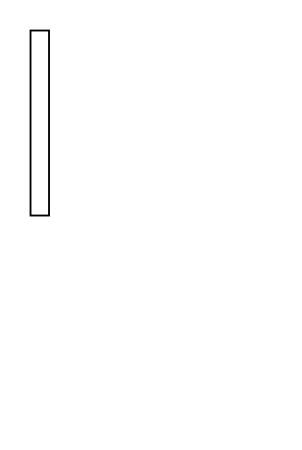
Before: Untitled Diagram.drawio in JannisWolf/master_thesis_diagrams, a draw.io diagram. Source tidied: cells renumbered, new cells numbered last; positions are measured from the earlier drawing's top-left corner, leaving out a move shared by most shapes. Both pictures are drawn from the tidied source at 185%, with x=0, y=0 at pixel (30, 30).
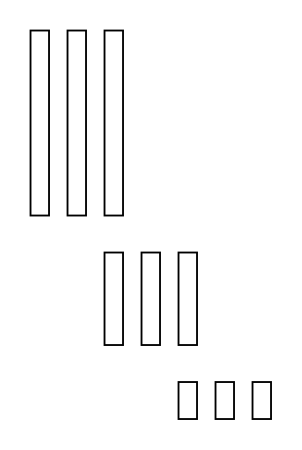
The same page after the edit.

Diff of the diagram source:
```diff
@@
 <mxGraphModel>
   <root>
     <mxCell id="0" />
     <mxCell id="1" parent="0" />
     <mxCell id="2" style="rounded=0;whiteSpace=wrap;html=1;" parent="1" vertex="1">
       <mxGeometry width="10" height="100" as="geometry" />
     </mxCell>
+    <mxCell id="3" style="rounded=0;whiteSpace=wrap;html=1;" parent="1" vertex="1">
+      <mxGeometry x="20" width="10" height="100" as="geometry" />
+    </mxCell>
+    <mxCell id="4" style="rounded=0;whiteSpace=wrap;html=1;" parent="1" vertex="1">
+      <mxGeometry x="40" width="10" height="100" as="geometry" />
+    </mxCell>
+    <mxCell id="5" style="rounded=0;whiteSpace=wrap;html=1;" parent="1" vertex="1">
+      <mxGeometry x="40" y="120" width="10" height="50" as="geometry" />
+    </mxCell>
+    <mxCell id="6" style="rounded=0;whiteSpace=wrap;html=1;" parent="1" vertex="1">
+      <mxGeometry x="60" y="120" width="10" height="50" as="geometry" />
+    </mxCell>
+    <mxCell id="7" style="rounded=0;whiteSpace=wrap;html=1;" parent="1" vertex="1">
+      <mxGeometry x="80" y="120" width="10" height="50" as="geometry" />
+    </mxCell>
+    <mxCell id="8" style="rounded=0;whiteSpace=wrap;html=1;" parent="1" vertex="1">
+      <mxGeometry x="80" y="190" width="10" height="20" as="geometry" />
+    </mxCell>
+    <mxCell id="9" style="rounded=0;whiteSpace=wrap;html=1;" parent="1" vertex="1">
+      <mxGeometry x="100" y="190" width="10" height="20" as="geometry" />
+    </mxCell>
+    <mxCell id="10" style="rounded=0;whiteSpace=wrap;html=1;" parent="1" vertex="1">
+      <mxGeometry x="120" y="190" width="10" height="20" as="geometry" />
+    </mxCell>
   </root>
 </mxGraphModel>
```
